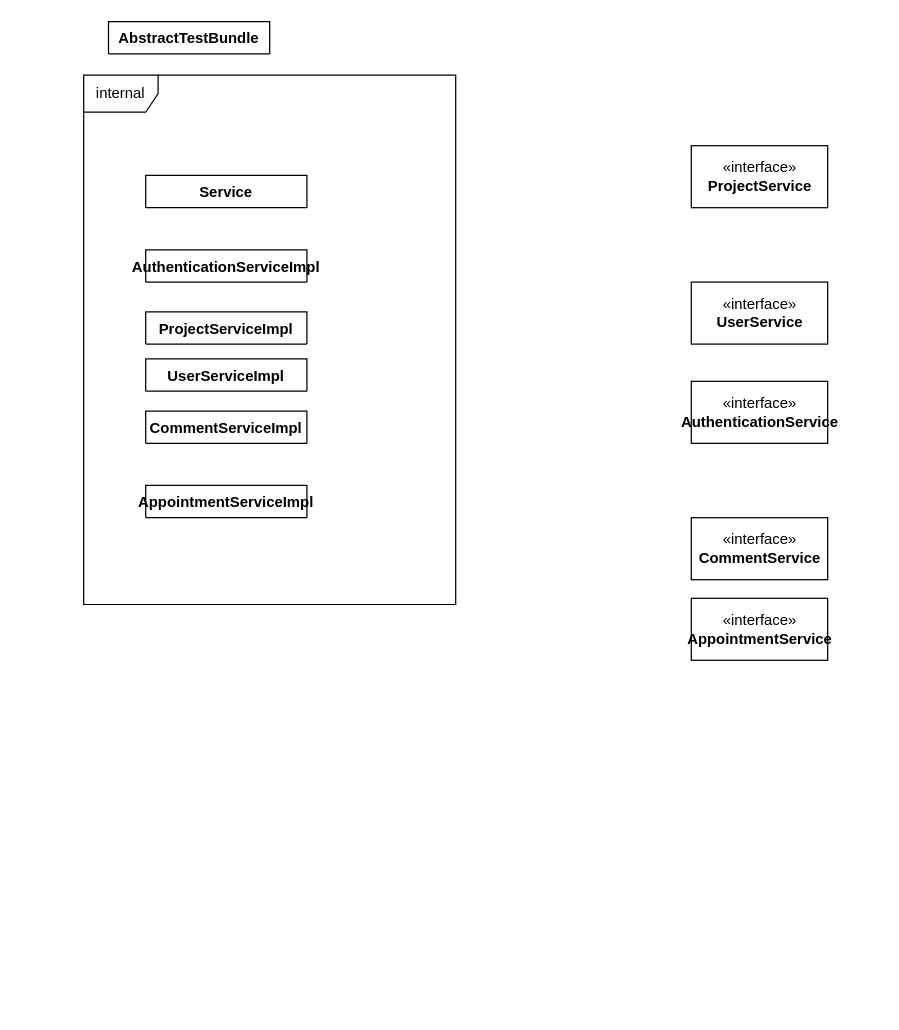
The draw.io diagram page "service" (2 of 9) of docu/DEV docu/Class Diagram.drawio in PongEqualsNPong/swp-2020, before the edit. Source tidied: cells renumbered, new cells numbered last; positions are measured from the earlier drawing's top-left corner, leaving out a move shared by most shapes. Both pictures are drawn from the tidied source at 124%, with x=0, y=0 at pixel (83, 21).
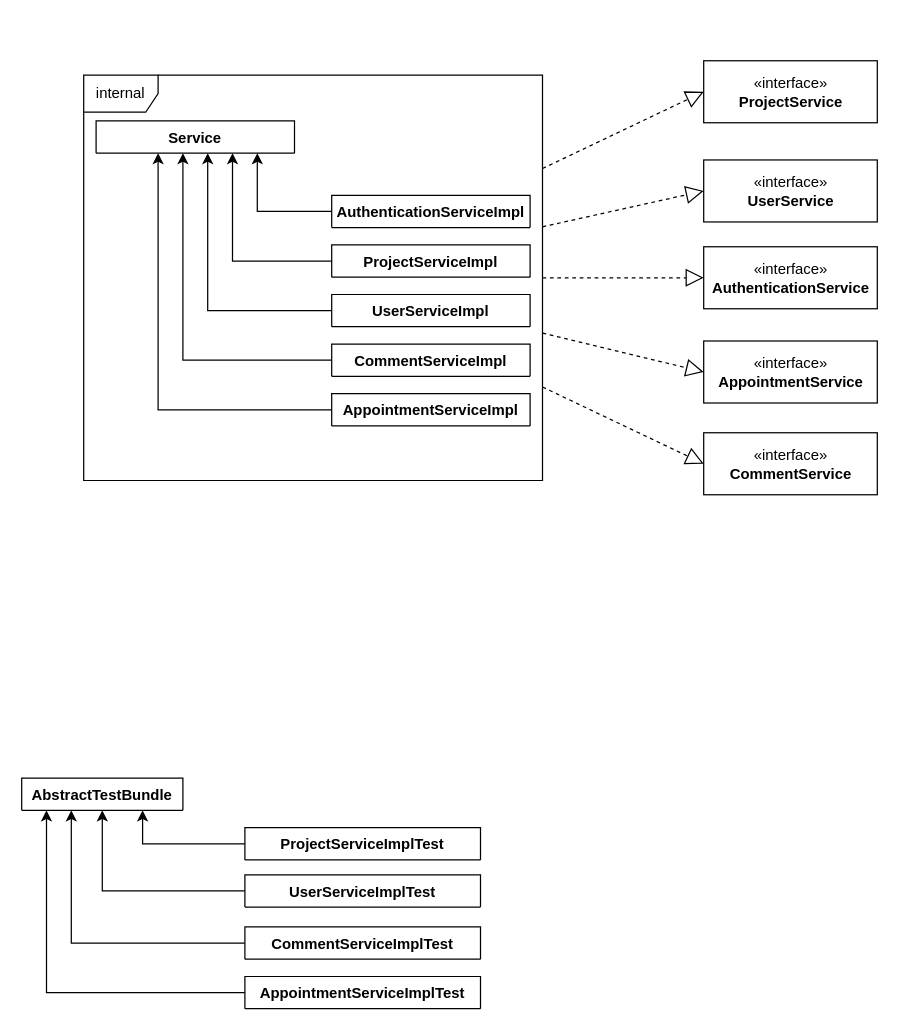
The same page after the edit.

Diff of the diagram source:
```diff
@@
     <mxCell id="2" value="internal" style="shape=umlFrame;whiteSpace=wrap;html=1;" parent="1" vertex="1">
-      <mxGeometry y="43" width="300" height="427" as="geometry" />
+      <mxGeometry y="43" width="370" height="327" as="geometry" />
     </mxCell>
     <mxCell id="3" value="«interface»&lt;br&gt;&lt;b&gt;ProjectService&lt;/b&gt;" style="html=1;" parent="1" vertex="1">
-      <mxGeometry x="490" y="100" width="110" height="50" as="geometry" />
+      <mxGeometry x="500" y="31.5" width="140" height="50" as="geometry" />
     </mxCell>
     <mxCell id="4" value="«interface»&lt;br&gt;&lt;b&gt;UserService&lt;/b&gt;" style="html=1;" parent="1" vertex="1">
-      <mxGeometry x="490" y="210" width="110" height="50" as="geometry" />
+      <mxGeometry x="500" y="111.5" width="140" height="50" as="geometry" />
     </mxCell>
     <mxCell id="5" value="«interface»&lt;br&gt;&lt;b&gt;AuthenticationService&lt;/b&gt;" style="html=1;" parent="1" vertex="1">
-      <mxGeometry x="490" y="290" width="110" height="50" as="geometry" />
+      <mxGeometry x="500" y="181.5" width="140" height="50" as="geometry" />
     </mxCell>
     <mxCell id="6" value="«interface»&lt;br&gt;&lt;b&gt;Comment&lt;/b&gt;&lt;b&gt;Service&lt;/b&gt;" style="html=1;" parent="1" vertex="1">
-      <mxGeometry x="490" y="400" width="110" height="50" as="geometry" />
+      <mxGeometry x="500" y="331.5" width="140" height="50" as="geometry" />
     </mxCell>
     <mxCell id="7" value="«interface»&lt;br&gt;&lt;b&gt;Appointment&lt;/b&gt;&lt;b&gt;Service&lt;/b&gt;" style="html=1;" parent="1" vertex="1">
-      <mxGeometry x="490" y="465" width="110" height="50" as="geometry" />
+      <mxGeometry x="500" y="257.5" width="140" height="50" as="geometry" />
     </mxCell>
+    <mxCell id="15" style="edgeStyle=orthogonalEdgeStyle;rounded=0;jettySize=auto;html=1;entryX=0.75;entryY=1;entryDx=0;entryDy=0;" parent="1" edge="1" source="16" target="8">
+      <mxGeometry relative="1" as="geometry" />
+    </mxCell>
+    <mxCell id="16" value="ProjectServiceImplTest" style="swimlane;fontStyle=1;align=center;verticalAlign=top;horizontal=1;startSize=26;" parent="1" vertex="1" collapsed="1">
+      <mxGeometry x="130" y="650" width="190" height="26" as="geometry" />
+    </mxCell>
+    <mxCell id="17" style="edgeStyle=orthogonalEdgeStyle;rounded=0;jettySize=auto;html=1;" parent="1" edge="1" source="18" target="8">
+      <mxGeometry relative="1" as="geometry" />
+    </mxCell>
+    <mxCell id="18" value="UserServiceImplTest" style="swimlane;fontStyle=1;align=center;verticalAlign=top;horizontal=1;startSize=26;" parent="1" vertex="1" collapsed="1">
+      <mxGeometry x="130" y="688" width="190" height="26" as="geometry" />
+    </mxCell>
+    <mxCell id="19" style="edgeStyle=orthogonalEdgeStyle;rounded=0;jettySize=auto;html=1;" parent="1" edge="1" source="20" target="8">
+      <mxGeometry relative="1" as="geometry">
+        <Array as="points">
+          <mxPoint x="-10" y="743" />
+        </Array>
+      </mxGeometry>
+    </mxCell>
+    <mxCell id="9" value="Service" style="swimlane;fontStyle=1;align=center;verticalAlign=top;horizontal=1;startSize=26;" parent="1" vertex="1" collapsed="1">
+      <mxGeometry x="10" y="80" width="160" height="26" as="geometry" />
+    </mxCell>
+    <mxCell id="20" value="CommentServiceImplTest" style="swimlane;fontStyle=1;align=center;verticalAlign=top;horizontal=1;startSize=26;" parent="1" vertex="1" collapsed="1">
+      <mxGeometry x="130" y="730" width="190" height="26" as="geometry" />
+    </mxCell>
+    <mxCell id="21" style="edgeStyle=orthogonalEdgeStyle;rounded=0;jettySize=auto;html=1;" parent="1" edge="1" source="27" target="8">
+      <mxGeometry relative="1" as="geometry">
+        <Array as="points">
+          <mxPoint x="-30" y="783" />
+        </Array>
+      </mxGeometry>
+    </mxCell>
+    <mxCell id="22" style="edgeStyle=orthogonalEdgeStyle;rounded=0;jettySize=auto;html=1;" parent="1" edge="1" source="10" target="9">
+      <mxGeometry relative="1" as="geometry">
+        <Array as="points">
+          <mxPoint x="140" y="153" />
+        </Array>
+      </mxGeometry>
+    </mxCell>
+    <mxCell id="10" value="AuthenticationServiceImpl" style="swimlane;fontStyle=1;align=center;verticalAlign=top;horizontal=1;startSize=26;" parent="1" vertex="1" collapsed="1">
+      <mxGeometry x="200" y="140" width="160" height="26" as="geometry" />
+    </mxCell>
+    <mxCell id="23" style="edgeStyle=orthogonalEdgeStyle;rounded=0;jettySize=auto;html=1;" parent="1" edge="1" source="11" target="9">
+      <mxGeometry relative="1" as="geometry">
+        <Array as="points">
+          <mxPoint x="120" y="193" />
+        </Array>
+      </mxGeometry>
+    </mxCell>
+    <mxCell id="11" value="ProjectServiceImpl" style="swimlane;fontStyle=1;align=center;verticalAlign=top;horizontal=1;startSize=26;" parent="1" vertex="1" collapsed="1">
+      <mxGeometry x="200" y="180" width="160" height="26" as="geometry" />
+    </mxCell>
+    <mxCell id="24" style="edgeStyle=orthogonalEdgeStyle;rounded=0;jettySize=auto;html=1;" parent="1" edge="1" source="12" target="9">
+      <mxGeometry relative="1" as="geometry">
+        <Array as="points">
+          <mxPoint x="100" y="233" />
+        </Array>
+      </mxGeometry>
+    </mxCell>
+    <mxCell id="12" value="UserServiceImpl" style="swimlane;fontStyle=1;align=center;verticalAlign=top;horizontal=1;startSize=26;" parent="1" vertex="1" collapsed="1">
+      <mxGeometry x="200" y="220" width="160" height="26" as="geometry" />
+    </mxCell>
+    <mxCell id="25" style="edgeStyle=orthogonalEdgeStyle;rounded=0;jettySize=auto;html=1;" parent="1" edge="1" source="13" target="9">
+      <mxGeometry relative="1" as="geometry">
+        <Array as="points">
+          <mxPoint x="80" y="273" />
+        </Array>
+      </mxGeometry>
+    </mxCell>
+    <mxCell id="13" value="CommentServiceImpl" style="swimlane;fontStyle=1;align=center;verticalAlign=top;horizontal=1;startSize=26;" parent="1" vertex="1" collapsed="1">
+      <mxGeometry x="200" y="260" width="160" height="26" as="geometry" />
+    </mxCell>
+    <mxCell id="26" style="edgeStyle=orthogonalEdgeStyle;rounded=0;jettySize=auto;html=1;" parent="1" edge="1" source="14" target="9">
+      <mxGeometry relative="1" as="geometry">
+        <Array as="points">
+          <mxPoint x="60" y="313" />
+        </Array>
+      </mxGeometry>
+    </mxCell>
+    <mxCell id="14" value="AppointmentServiceImpl" style="swimlane;fontStyle=1;align=center;verticalAlign=top;horizontal=1;startSize=26;" parent="1" vertex="1" collapsed="1">
+      <mxGeometry x="200" y="300" width="160" height="26" as="geometry" />
+    </mxCell>
+    <mxCell id="27" value="AppointmentServiceImplTest" style="swimlane;fontStyle=1;align=center;verticalAlign=top;horizontal=1;startSize=26;" parent="1" vertex="1" collapsed="1">
+      <mxGeometry x="130" y="770" width="190" height="26" as="geometry" />
+    </mxCell>
     <mxCell id="8" value="AbstractTestBundle" style="swimlane;fontStyle=1;align=center;verticalAlign=top;horizontal=1;startSize=26;" parent="1" vertex="1" collapsed="1">
-      <mxGeometry x="20" width="130" height="26" as="geometry" />
+      <mxGeometry x="-50" y="610" width="130" height="26" as="geometry" />
     </mxCell>
-    <mxCell id="9" value="Service" style="swimlane;fontStyle=1;align=center;verticalAlign=top;horizontal=1;startSize=26;" parent="1" vertex="1" collapsed="1">
-      <mxGeometry x="50" y="124" width="130" height="26" as="geometry" />
-    </mxCell>
-    <mxCell id="10" value="AuthenticationServiceImpl" style="swimlane;fontStyle=1;align=center;verticalAlign=top;horizontal=1;startSize=26;" parent="1" vertex="1" collapsed="1">
-      <mxGeometry x="50" y="184" width="130" height="26" as="geometry" />
-    </mxCell>
-    <mxCell id="11" value="ProjectServiceImpl" style="swimlane;fontStyle=1;align=center;verticalAlign=top;horizontal=1;startSize=26;" parent="1" vertex="1" collapsed="1">
-      <mxGeometry x="50" y="234" width="130" height="26" as="geometry" />
-    </mxCell>
-    <mxCell id="12" value="UserServiceImpl" style="swimlane;fontStyle=1;align=center;verticalAlign=top;horizontal=1;startSize=26;" parent="1" vertex="1" collapsed="1">
-      <mxGeometry x="50" y="272" width="130" height="26" as="geometry" />
-    </mxCell>
-    <mxCell id="13" value="CommentServiceImpl" style="swimlane;fontStyle=1;align=center;verticalAlign=top;horizontal=1;startSize=26;" parent="1" vertex="1" collapsed="1">
-      <mxGeometry x="50" y="314" width="130" height="26" as="geometry" />
-    </mxCell>
-    <mxCell id="14" value="AppointmentServiceImpl" style="swimlane;fontStyle=1;align=center;verticalAlign=top;horizontal=1;startSize=26;" parent="1" vertex="1" collapsed="1">
-      <mxGeometry x="50" y="374" width="130" height="26" as="geometry" />
-    </mxCell>
+    <mxCell id="28" style="endArrow=block;dashed=1;endFill=0;endSize=12;html=1;entryX=0;entryY=0.5;entryDx=0;entryDy=0;" parent="1" edge="1" source="2" target="3">
+      <mxGeometry relative="1" as="geometry" />
+    </mxCell>
+    <mxCell id="29" style="endArrow=block;dashed=1;endFill=0;endSize=12;html=1;entryX=0;entryY=0.5;entryDx=0;entryDy=0;" parent="1" edge="1" source="2" target="4">
+      <mxGeometry relative="1" as="geometry" />
+    </mxCell>
+    <mxCell id="30" style="endArrow=block;dashed=1;endFill=0;endSize=12;html=1;entryX=0;entryY=0.5;entryDx=0;entryDy=0;" parent="1" edge="1" source="2" target="5">
+      <mxGeometry relative="1" as="geometry" />
+    </mxCell>
+    <mxCell id="31" style="endArrow=block;dashed=1;endFill=0;endSize=12;html=1;entryX=0;entryY=0.5;entryDx=0;entryDy=0;" parent="1" edge="1" source="2" target="7">
+      <mxGeometry relative="1" as="geometry" />
+    </mxCell>
+    <mxCell id="32" style="endArrow=block;dashed=1;endFill=0;endSize=12;html=1;entryX=0;entryY=0.5;entryDx=0;entryDy=0;" parent="1" edge="1" source="2" target="6">
+      <mxGeometry relative="1" as="geometry" />
+    </mxCell>
```
